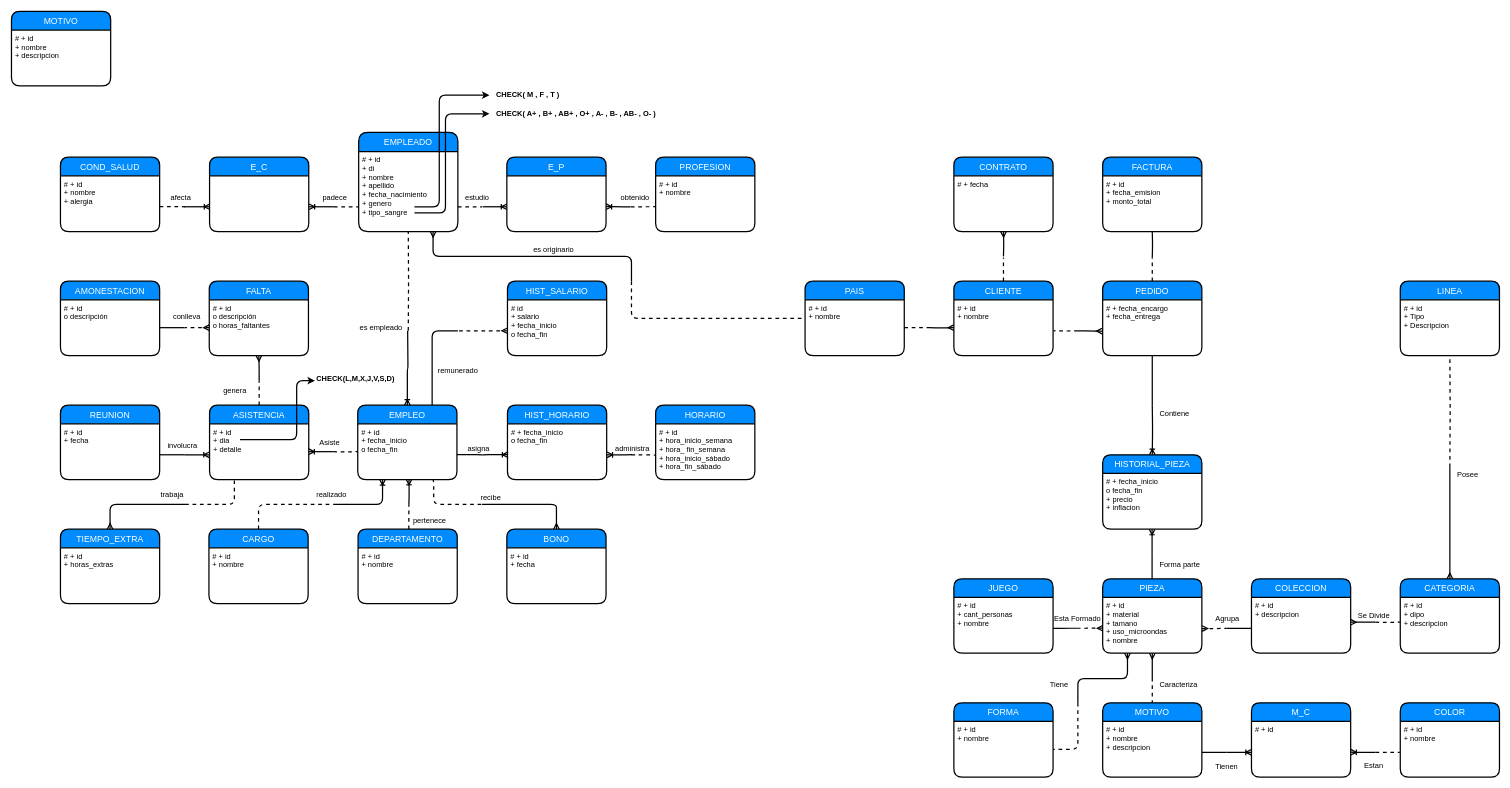
Before: Documentos/Rubrica1/MER.drawio in gctv01/BD1Project2019, a draw.io diagram. Source tidied: cells renumbered, new cells numbered last; positions are measured from the earlier drawing's top-left corner, leaving out a move shared by most shapes. Both pictures are drawn from the tidied source at 62%, with x=0, y=0 at pixel (11, 11).
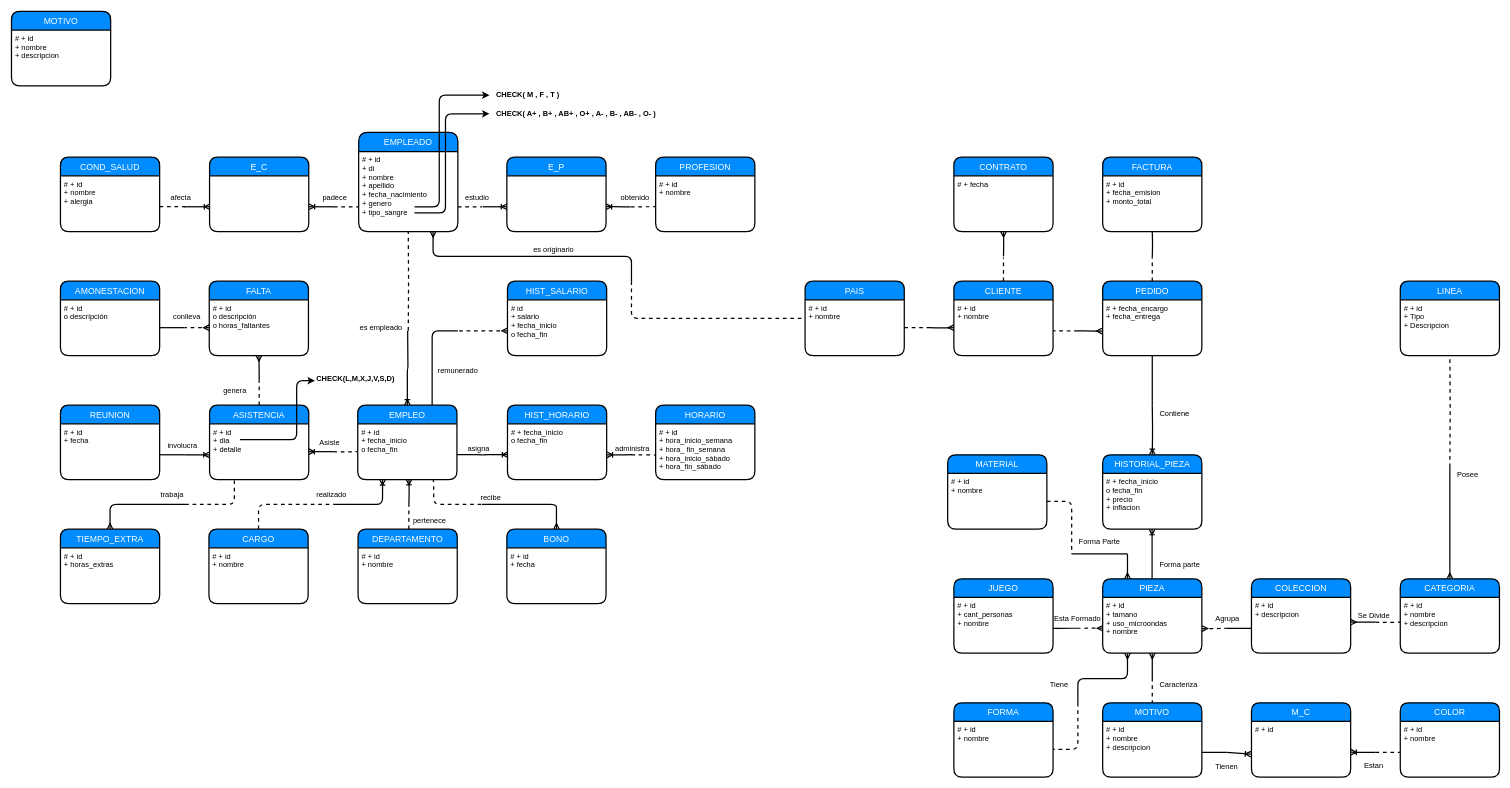
The same page after the edit.

The change refers to these unchanged cells:
```xml
<mxCell id="52" value="PIEZA" style="swimlane;horizontal=1;startSize=30;fillColor=#008cff;fontColor=#FFFFFF;rounded=1;fontSize=14;fontStyle=0;strokeWidth=2;shadow=0;dashed=0;align=center;" parent="1" vertex="1">
  <mxGeometry x="1760" y="915" width="160" height="120" as="geometry" />
</mxCell>
<mxCell id="54" value="CATEGORIA" style="swimlane;horizontal=1;startSize=30;fillColor=#008cff;fontColor=#FFFFFF;rounded=1;fontSize=14;fontStyle=0;strokeWidth=2;shadow=0;dashed=0;align=center;" parent="1" vertex="1">
  <mxGeometry x="2240" y="915" width="160" height="120" as="geometry" />
</mxCell>
<mxCell id="88" value="# + id" style="align=left;strokeColor=none;fillColor=none;spacingLeft=4;fontSize=12;verticalAlign=top;" parent="87" vertex="1">
  <mxGeometry y="30" width="160" height="90" as="geometry" />
</mxCell>
```

The edit, as a diff of the source:
```diff
@@
-    <mxCell id="53" value="# + id&#10;+ material&#10;+ tamano&#10;+ uso_microondas&#10;+ nombre&#10;" style="align=left;strokeColor=none;fillColor=none;spacingLeft=4;fontSize=12;verticalAlign=top;" parent="52" vertex="1">
+    <mxCell id="53" value="# + id&#10;+ tamano&#10;+ uso_microondas&#10;+ nombre&#10;" style="align=left;strokeColor=none;fillColor=none;spacingLeft=4;fontSize=12;verticalAlign=top;" parent="52" vertex="1">
       <mxGeometry y="30" width="160" height="90" as="geometry" />
     </mxCell>
@@
-    <mxCell id="55" value="# + id&#10;+ dipo&#10;+ descripcion" style="align=left;strokeColor=none;fillColor=none;spacingLeft=4;fontSize=12;verticalAlign=top;" parent="54" vertex="1">
+    <mxCell id="55" value="# + id&#10;+ nombre&#10;+ descripcion" style="align=left;strokeColor=none;fillColor=none;spacingLeft=4;fontSize=12;verticalAlign=top;" parent="54" vertex="1">
       <mxGeometry y="30" width="160" height="90" as="geometry" />
     </mxCell>
@@
-    <mxCell id="80" style="edgeStyle=orthogonalEdgeStyle;fontSize=12;html=1;endArrow=ERoneToMany;startArrow=none;startFill=0;endFill=0;strokeWidth=2;entryX=-0.001;entryY=0.555;entryDx=0;entryDy=0;entryPerimeter=0;" parent="1" edge="1" target="88">
-      <mxGeometry relative="1" as="geometry">
-        <mxPoint x="1960" y="1195" as="sourcePoint" />
-        <Array as="points">
-          <mxPoint x="1960" y="1195" />
-        </Array>
-      </mxGeometry>
-    </mxCell>
@@
+    <mxCell id="161" value="MATERIAL" style="swimlane;horizontal=1;startSize=30;fillColor=#008cff;fontColor=#FFFFFF;rounded=1;fontSize=14;fontStyle=0;strokeWidth=2;shadow=0;dashed=0;align=center;" parent="1" vertex="1">
+      <mxGeometry x="1510" y="715" width="160" height="120" as="geometry" />
+    </mxCell>
+    <mxCell id="162" value="# + id&#10;+ nombre&#10;&#10;" style="align=left;strokeColor=none;fillColor=none;spacingLeft=4;fontSize=12;verticalAlign=top;" parent="161" vertex="1">
+      <mxGeometry y="30" width="160" height="90" as="geometry" />
+    </mxCell>
+    <mxCell id="163" style="endArrow=none;dashed=1;html=1;strokeWidth=2;exitX=1;exitY=0.5;exitDx=0;exitDy=0;" parent="1" edge="1" source="162">
+      <mxGeometry relative="1" as="geometry">
+        <mxPoint x="1710" y="875" as="targetPoint" />
+        <Array as="points">
+          <mxPoint x="1710" y="790" />
+        </Array>
+      </mxGeometry>
+    </mxCell>
+    <mxCell id="164" style="endArrow=none;html=1;strokeWidth=2;" parent="1" edge="1">
+      <mxGeometry relative="1" as="geometry">
+        <mxPoint x="1800" y="875" as="sourcePoint" />
+        <mxPoint x="1710" y="875" as="targetPoint" />
+      </mxGeometry>
+    </mxCell>
+    <mxCell id="165" style="endArrow=ERmany;html=1;strokeWidth=2;endFill=0;entryX=0.25;entryY=0;entryDx=0;entryDy=0;" parent="1" edge="1" target="52">
+      <mxGeometry relative="1" as="geometry">
+        <mxPoint x="1800" y="875" as="sourcePoint" />
+      </mxGeometry>
+    </mxCell>
+    <mxCell id="166" style="endArrow=ERoneToMany;html=1;strokeWidth=2;endFill=0;" parent="1" edge="1">
+      <mxGeometry relative="1" as="geometry">
+        <mxPoint x="1960" y="1195" as="sourcePoint" />
+        <mxPoint x="1999" y="1198" as="targetPoint" />
+      </mxGeometry>
+    </mxCell>
+    <mxCell id="167" value="Forma Parte" style="text;html=1;strokeColor=none;fillColor=none;align=center;verticalAlign=middle;whiteSpace=wrap;rounded=0;" parent="1" vertex="1">
+      <mxGeometry x="1720" y="845" width="70" height="20" as="geometry" />
+    </mxCell>
```
